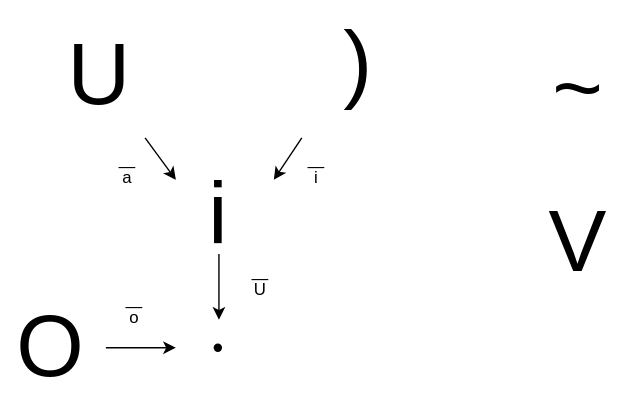
This is drawio/简而名音标.drawio.svg from LoongLeeX/LoongLeeX.github.io, a draw.io export, as it was before one commit. Source tidied: cells renumbered, new cells last; positions are measured from the earlier drawing's top-left corner, leaving out a move shared by most shapes.
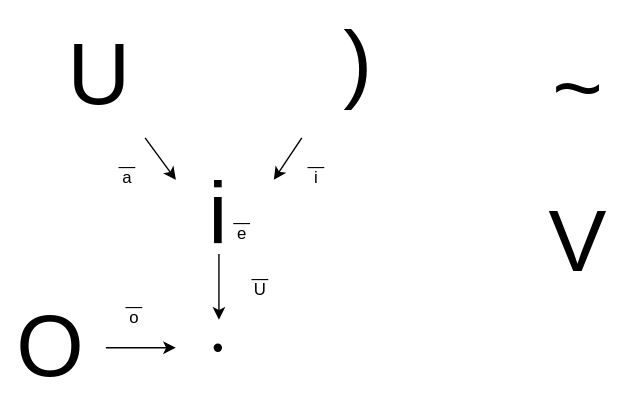
Above is the later version.

Change to the diagram source:
```diff
@@ -58,5 +58,8 @@
     <mxCell id="16" value="&lt;p style=&quot;line-height: 60%;&quot;&gt;—&lt;br&gt;o&lt;/p&gt;" style="text;html=1;align=center;verticalAlign=middle;strokeColor=none;fillColor=none;" parent="1" vertex="1">
       <mxGeometry x="75" y="198" width="40" height="50" as="geometry" />
     </mxCell>
+    <mxCell id="17" value="&lt;p style=&quot;line-height: 60%;&quot;&gt;—&lt;br&gt;e&lt;/p&gt;" style="text;html=1;align=center;verticalAlign=middle;strokeColor=none;fillColor=none;" parent="1" vertex="1">
+      <mxGeometry x="152" y="138" width="40" height="50" as="geometry" />
+    </mxCell>
   </root>
 </mxGraphModel>
```
